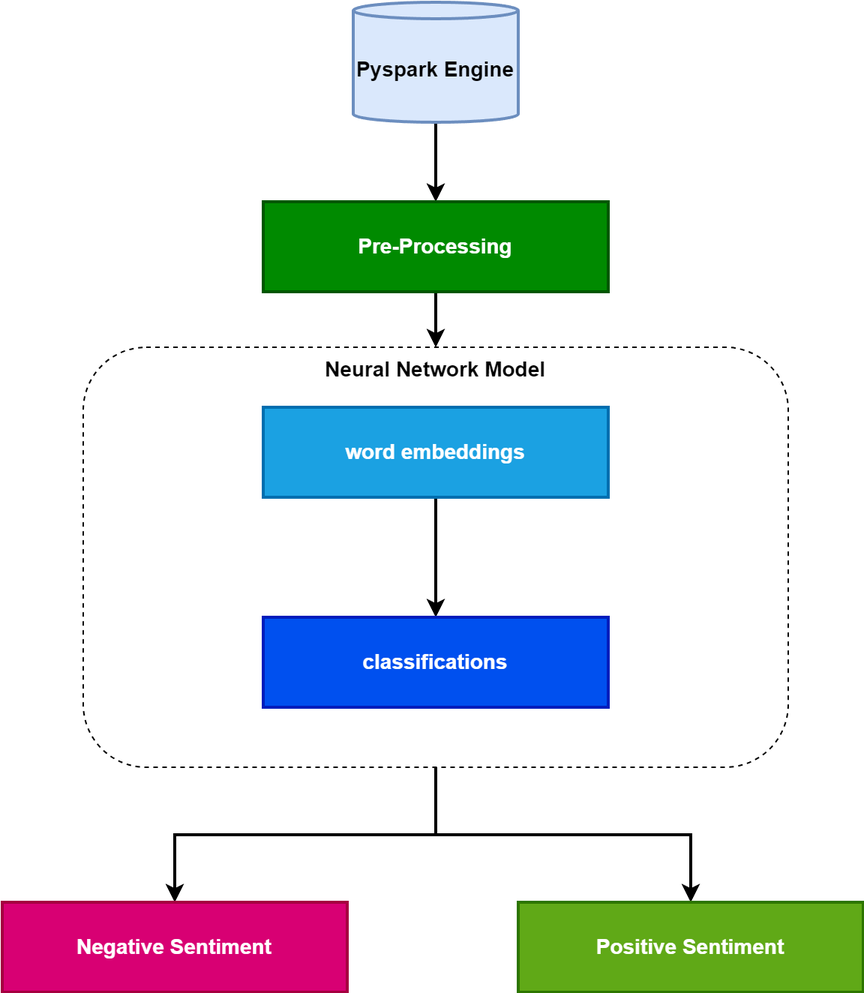
The draw.io diagram images/RNN.drawio.png in alliselwah/IE7500_GroupF, before a commit. Source tidied: cells renumbered, new cells last; positions are measured from the earlier drawing's top-left corner, leaving out a move shared by most shapes. Its diagram source:
```xml
<mxGraphModel>
  <root>
    <mxCell id="0" />
    <mxCell id="1" parent="0" />
    <mxCell id="2" style="edgeStyle=orthogonalEdgeStyle;rounded=0;jettySize=auto;html=1;entryX=0.5;entryY=0;entryDx=0;entryDy=0;strokeWidth=2;fontSize=14;" parent="1" edge="1" source="4" target="12">
      <mxGeometry relative="1" as="geometry" />
    </mxCell>
    <mxCell id="3" style="edgeStyle=orthogonalEdgeStyle;rounded=0;jettySize=auto;html=1;entryX=0.5;entryY=0;entryDx=0;entryDy=0;strokeWidth=2;fontSize=14;" parent="1" edge="1" source="4" target="13">
      <mxGeometry relative="1" as="geometry" />
    </mxCell>
    <mxCell id="4" value="Neural Network Model" style="rounded=1;whiteSpace=wrap;html=1;fillColor=none;dashed=1;verticalAlign=top;fontStyle=1;strokeWidth=1;fontSize=14;" parent="1" vertex="1">
      <mxGeometry x="54" y="230" width="470" height="280" as="geometry" />
    </mxCell>
    <mxCell id="5" style="edgeStyle=orthogonalEdgeStyle;rounded=0;jettySize=auto;html=1;fontStyle=1;strokeWidth=2;fontSize=14;" parent="1" edge="1" source="6" target="8">
      <mxGeometry relative="1" as="geometry" />
    </mxCell>
    <mxCell id="6" value="Pyspark Engine" style="shape=cylinder3;whiteSpace=wrap;html=1;boundedLbl=1;backgroundOutline=1;size=5.5;fontStyle=1;fillColor=#dae8fc;strokeColor=#6c8ebf;strokeWidth=2;fontSize=14;" parent="1" vertex="1">
      <mxGeometry x="234" width="110" height="80" as="geometry" />
    </mxCell>
    <mxCell id="7" style="edgeStyle=orthogonalEdgeStyle;rounded=0;jettySize=auto;html=1;entryX=0.5;entryY=0;entryDx=0;entryDy=0;strokeWidth=2;fontSize=14;" parent="1" edge="1" source="8" target="4">
      <mxGeometry relative="1" as="geometry" />
    </mxCell>
    <mxCell id="8" value="Pre-Processing" style="rounded=0;whiteSpace=wrap;html=1;fontStyle=1;fillColor=#008a00;fontColor=#ffffff;strokeColor=#005700;strokeWidth=2;fontSize=14;" parent="1" vertex="1">
      <mxGeometry x="174" y="133" width="230" height="60" as="geometry" />
    </mxCell>
    <mxCell id="9" style="edgeStyle=orthogonalEdgeStyle;rounded=0;jettySize=auto;html=1;strokeWidth=2;fontSize=14;" parent="1" edge="1" source="10" target="11">
      <mxGeometry relative="1" as="geometry" />
    </mxCell>
    <mxCell id="10" value="word embeddings" style="rounded=0;whiteSpace=wrap;html=1;fontStyle=1;fillColor=#1ba1e2;fontColor=#ffffff;strokeColor=#006EAF;strokeWidth=2;fontSize=14;" parent="1" vertex="1">
      <mxGeometry x="174" y="270" width="230" height="60" as="geometry" />
    </mxCell>
    <mxCell id="11" value="classifications" style="rounded=0;whiteSpace=wrap;html=1;fontStyle=1;fillColor=#0050ef;fontColor=#ffffff;strokeColor=#001DBC;strokeWidth=2;fontSize=14;" parent="1" vertex="1">
      <mxGeometry x="174" y="410" width="230" height="60" as="geometry" />
    </mxCell>
    <mxCell id="12" value="Negative Sentiment" style="rounded=0;whiteSpace=wrap;html=1;fontStyle=1;fillColor=#d80073;fontColor=#ffffff;strokeColor=#A50040;strokeWidth=2;fontSize=14;" parent="1" vertex="1">
      <mxGeometry y="600" width="230" height="60" as="geometry" />
    </mxCell>
    <mxCell id="13" value="Positive Sentiment" style="rounded=0;whiteSpace=wrap;html=1;fontStyle=1;fillColor=#60a917;fontColor=#ffffff;strokeColor=#2D7600;strokeWidth=2;fontSize=14;" parent="1" vertex="1">
      <mxGeometry x="344" y="600" width="230" height="60" as="geometry" />
    </mxCell>
  </root>
</mxGraphModel>
```
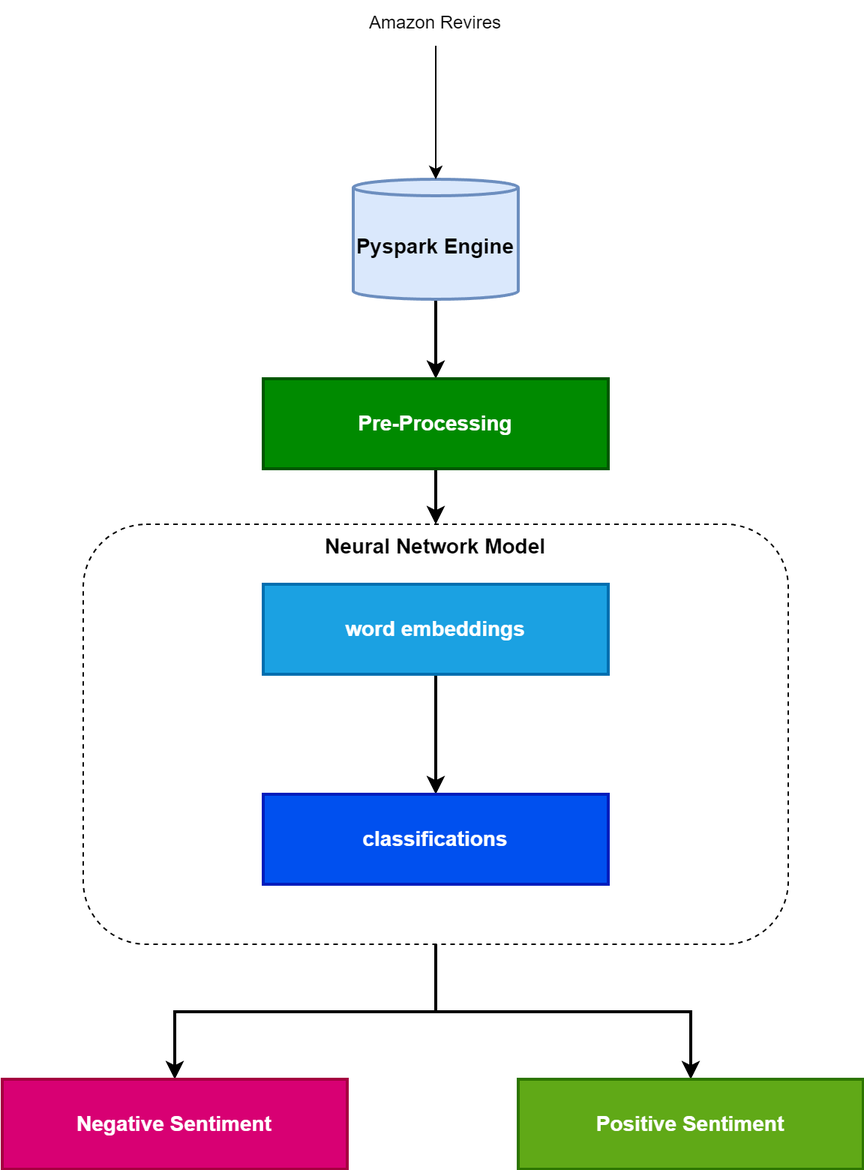
After the commit.

Commit message:
feat: adding recent version of training

Diff of the diagram source:
```diff
@@ -38,5 +38,11 @@
     <mxCell id="13" value="Positive Sentiment" style="rounded=0;whiteSpace=wrap;html=1;fontStyle=1;fillColor=#60a917;fontColor=#ffffff;strokeColor=#2D7600;strokeWidth=2;fontSize=14;" parent="1" vertex="1">
       <mxGeometry x="344" y="600" width="230" height="60" as="geometry" />
     </mxCell>
+    <mxCell id="14" style="edgeStyle=orthogonalEdgeStyle;rounded=0;jettySize=auto;html=1;" parent="1" edge="1" source="15" target="6">
+      <mxGeometry relative="1" as="geometry" />
+    </mxCell>
+    <mxCell id="15" value="Amazon Revires" style="text;html=1;align=center;verticalAlign=middle;whiteSpace=wrap;rounded=0;" parent="1" vertex="1">
+      <mxGeometry x="236" y="-119" width="106" height="30" as="geometry" />
+    </mxCell>
   </root>
 </mxGraphModel>
```
